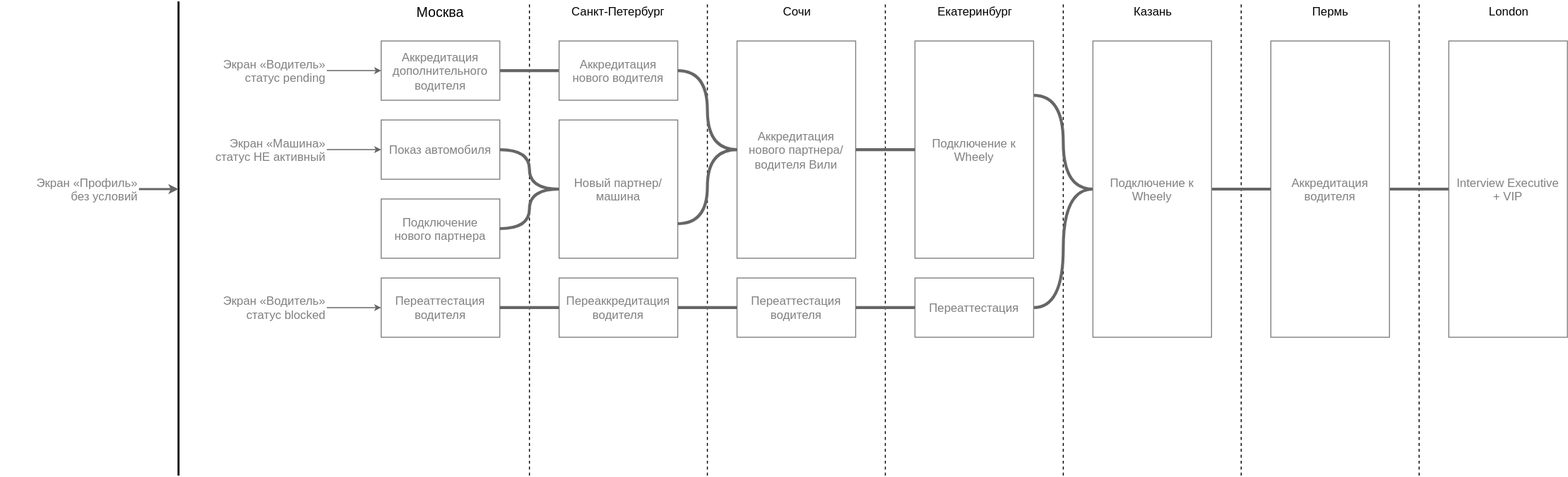
This is reservio.svg from ajile/draw-io, a draw.io export, as it was before one commit. Source tidied: cells renumbered, new cells last; positions are measured from the earlier drawing's top-left corner, leaving out a move shared by most shapes.
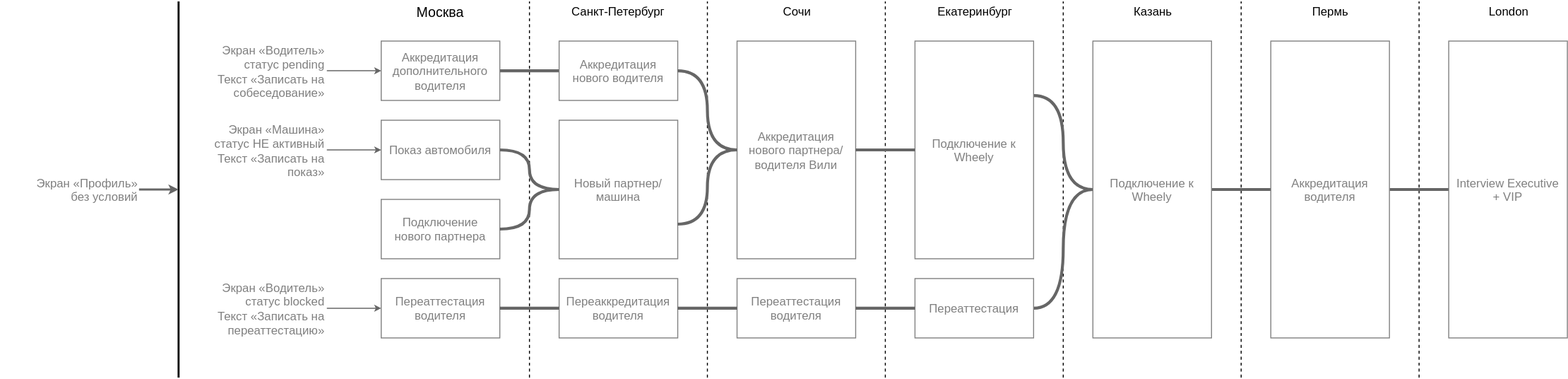
After the commit.

What changed in the source:
```diff
@@ -8,7 +8,7 @@
     </mxCell>
     <mxCell id="4" style="endArrow=none;dashed=1;html=1;" parent="2" edge="1">
       <mxGeometry relative="1" as="geometry">
-        <mxPoint x="535" y="480" as="sourcePoint" />
+        <mxPoint x="535" y="380" as="sourcePoint" />
         <mxPoint x="535" as="targetPoint" />
       </mxGeometry>
     </mxCell>
@@ -35,7 +35,7 @@
     </mxCell>
     <mxCell id="12" style="endArrow=none;dashed=1;html=1;" parent="2" edge="1">
       <mxGeometry relative="1" as="geometry">
-        <mxPoint x="715" y="480" as="sourcePoint" />
+        <mxPoint x="715" y="380" as="sourcePoint" />
         <mxPoint x="715" as="targetPoint" />
       </mxGeometry>
     </mxCell>
@@ -53,7 +53,7 @@
     </mxCell>
     <mxCell id="17" style="endArrow=none;dashed=1;html=1;" parent="2" edge="1">
       <mxGeometry relative="1" as="geometry">
-        <mxPoint x="895" y="480" as="sourcePoint" />
+        <mxPoint x="895" y="380" as="sourcePoint" />
         <mxPoint x="895" as="targetPoint" />
       </mxGeometry>
     </mxCell>
@@ -68,7 +68,7 @@
     </mxCell>
     <mxCell id="21" style="endArrow=none;dashed=1;html=1;" parent="2" edge="1">
       <mxGeometry relative="1" as="geometry">
-        <mxPoint x="1075" y="480" as="sourcePoint" />
+        <mxPoint x="1075" y="380" as="sourcePoint" />
         <mxPoint x="1075" as="targetPoint" />
       </mxGeometry>
     </mxCell>
@@ -94,7 +94,7 @@
     </mxCell>
     <mxCell id="27" style="endArrow=none;dashed=1;html=1;" parent="2" edge="1">
       <mxGeometry relative="1" as="geometry">
-        <mxPoint x="1255" y="480" as="sourcePoint" />
+        <mxPoint x="1255" y="380" as="sourcePoint" />
         <mxPoint x="1255" as="targetPoint" />
       </mxGeometry>
     </mxCell>
@@ -109,7 +109,7 @@
     </mxCell>
     <mxCell id="31" style="endArrow=none;dashed=1;html=1;" parent="2" edge="1">
       <mxGeometry relative="1" as="geometry">
-        <mxPoint x="1435" y="480" as="sourcePoint" />
+        <mxPoint x="1435" y="380" as="sourcePoint" />
         <mxPoint x="1435" as="targetPoint" />
       </mxGeometry>
     </mxCell>
@@ -154,14 +154,14 @@
     <mxCell id="43" style="edgeStyle=orthogonalEdgeStyle;curved=1;rounded=0;html=1;entryX=0;entryY=0.5;startSize=4;endArrow=classic;endFill=1;endSize=4;jettySize=auto;strokeColor=#666666;strokeWidth=1;fontSize=12;fontColor=#808080;" parent="2" edge="1" source="44" target="6">
       <mxGeometry relative="1" as="geometry" />
     </mxCell>
-    <mxCell id="44" value="Экран «Водитель»&lt;br&gt;статус pending" style="text;html=1;strokeColor=none;fillColor=none;align=right;verticalAlign=middle;whiteSpace=wrap;fontSize=12;fontColor=#808080;horizontal=1;" parent="2" vertex="1">
-      <mxGeometry x="190" y="40" width="140" height="60" as="geometry" />
+    <mxCell id="44" value="Экран «Водитель»&lt;br&gt;статус pending&lt;br&gt;Текст «Записать на собеседование»" style="text;html=1;strokeColor=none;fillColor=none;align=right;verticalAlign=middle;whiteSpace=wrap;fontSize=12;fontColor=#808080;horizontal=1;" parent="2" vertex="1">
+      <mxGeometry x="190" y="30" width="140" height="80" as="geometry" />
     </mxCell>
-    <mxCell id="45" value="&lt;div&gt;Экран «Машина»&lt;/div&gt;&lt;div&gt;статус НЕ активный&lt;/div&gt;" style="text;html=1;strokeColor=none;fillColor=none;align=right;verticalAlign=middle;whiteSpace=wrap;fontSize=12;fontColor=#808080;horizontal=1;" parent="2" vertex="1">
-      <mxGeometry x="190" y="120" width="140" height="60" as="geometry" />
+    <mxCell id="45" value="&lt;div&gt;Экран «Машина»&lt;br&gt;&lt;/div&gt;&lt;div&gt;статус НЕ активный&lt;br&gt;Текст «Записать на показ»&lt;/div&gt;" style="text;html=1;strokeColor=none;fillColor=none;align=right;verticalAlign=middle;whiteSpace=wrap;fontSize=12;fontColor=#808080;horizontal=1;" parent="2" vertex="1">
+      <mxGeometry x="190" y="110" width="140" height="80" as="geometry" />
     </mxCell>
-    <mxCell id="46" value="Экран «Водитель»&lt;br&gt;статус blocked&lt;br&gt;" style="text;html=1;strokeColor=none;fillColor=none;align=right;verticalAlign=middle;whiteSpace=wrap;fontSize=12;fontColor=#808080;horizontal=1;" parent="2" vertex="1">
-      <mxGeometry x="190" y="280" width="140" height="60" as="geometry" />
+    <mxCell id="46" value="Экран «Водитель»&lt;br&gt;статус blocked&lt;br&gt;&lt;div&gt;Текст «Записать на переаттестацию»&lt;/div&gt;" style="text;html=1;strokeColor=none;fillColor=none;align=right;verticalAlign=middle;whiteSpace=wrap;fontSize=12;fontColor=#808080;horizontal=1;" parent="2" vertex="1">
+      <mxGeometry x="190" y="270" width="140" height="80" as="geometry" />
     </mxCell>
     <mxCell id="47" style="edgeStyle=orthogonalEdgeStyle;curved=1;rounded=0;html=1;entryX=0;entryY=0.5;startSize=4;endArrow=classic;endFill=1;endSize=4;jettySize=auto;strokeColor=#666666;strokeWidth=1;fontSize=12;fontColor=#808080;exitX=1;exitY=0.5;" parent="2" edge="1" source="45" target="10">
       <mxGeometry relative="1" as="geometry" />
@@ -171,7 +171,7 @@
     </mxCell>
     <mxCell id="49" style="endArrow=none;html=1;strokeWidth=2;" parent="2" edge="1">
       <mxGeometry relative="1" as="geometry">
-        <mxPoint x="180" y="480" as="sourcePoint" />
+        <mxPoint x="180" y="380" as="sourcePoint" />
         <mxPoint x="180" as="targetPoint" />
       </mxGeometry>
     </mxCell>
```
